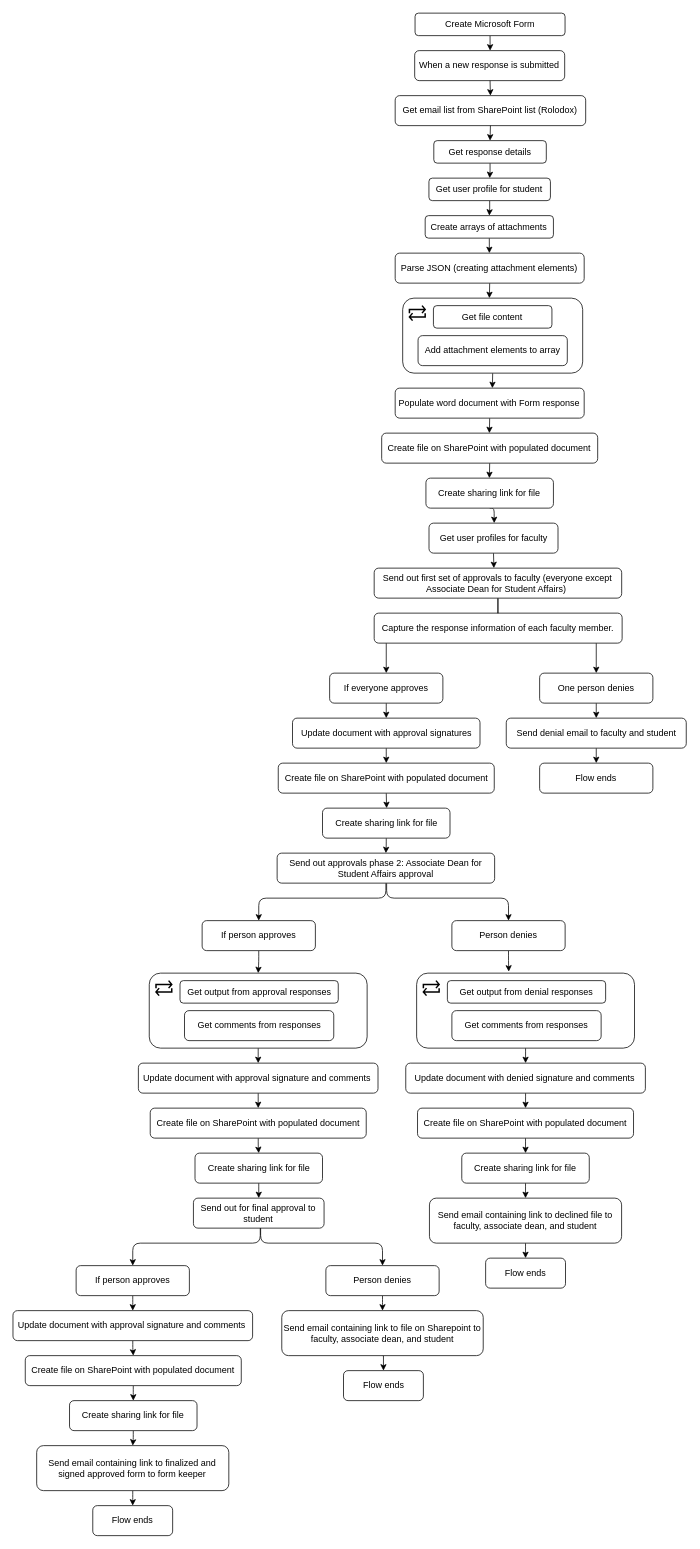
This is Untitled Diagram.drawio from DianaJimenez23/Leave-of-Absence-Request-Form-Automation, a draw.io file, before an edit. Source tidied: cells renumbered, new cells numbered last; positions are measured from the earlier drawing's top-left corner, leaving out a move shared by most shapes. Both pictures are drawn from the tidied source at 75%, with x=0, y=0 at pixel (13, 13).
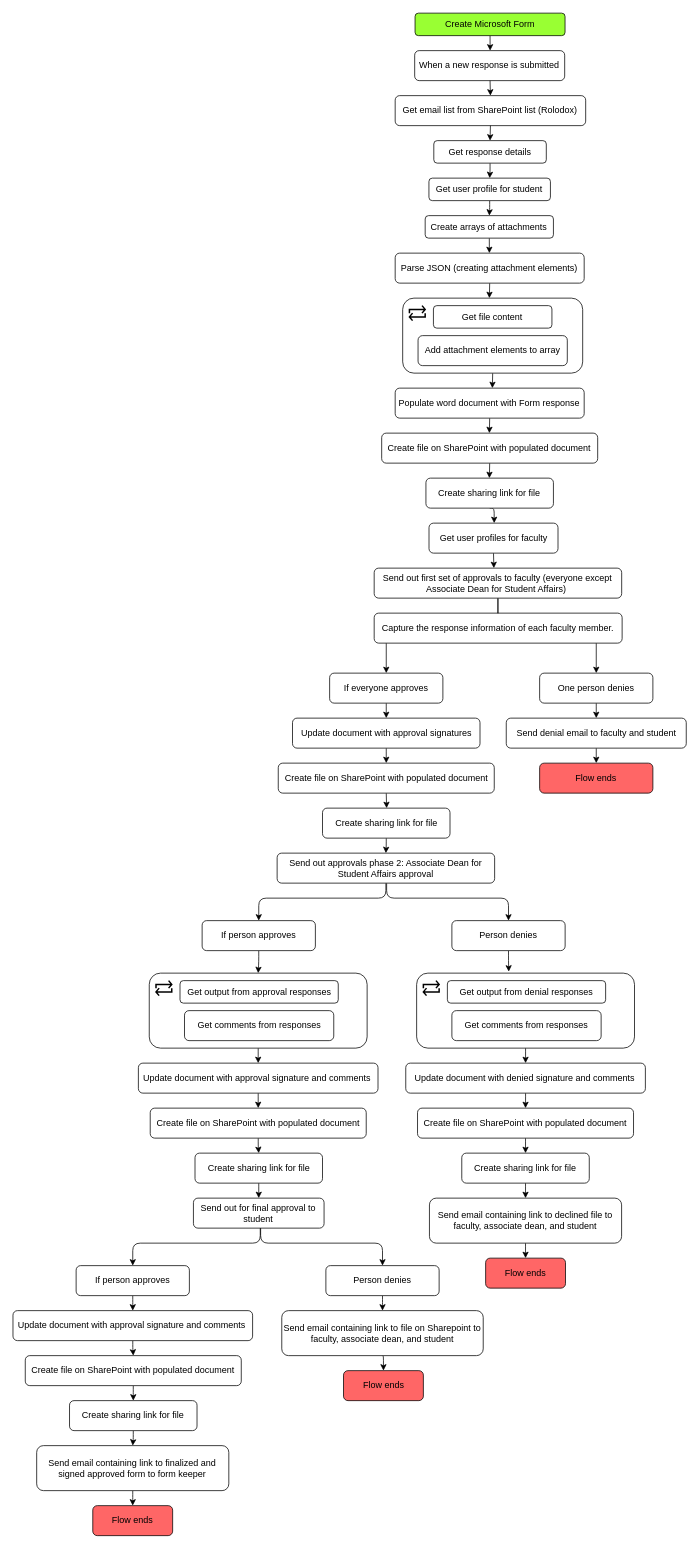
The same diagram, later.

Unchanged cells that the change refers to:
```xml
<mxCell id="5" value="Get response details" style="whiteSpace=wrap;html=1;rounded=1;" parent="1" vertex="1">
  <mxGeometry x="560.9" y="170" width="150" height="30" as="geometry" />
</mxCell>
<mxCell id="9" value="Create arrays of attachments" style="whiteSpace=wrap;html=1;rounded=1;" parent="1" vertex="1">
  <mxGeometry x="549.4" y="270" width="171" height="30" as="geometry" />
</mxCell>
<mxCell id="36" value="Send denial email to faculty and student" style="whiteSpace=wrap;html=1;rounded=1;" parent="1" vertex="1">
  <mxGeometry x="657.5" y="940" width="240" height="40" as="geometry" />
</mxCell>
<mxCell id="96" value="Send email containing link to file on Sharepoint to faculty, associate dean, and student" style="whiteSpace=wrap;html=1;rounded=1;" parent="1" vertex="1">
  <mxGeometry x="358.2" y="1730" width="268.6" height="60" as="geometry" />
</mxCell>
<mxCell id="98" value="Get user profile for student" style="whiteSpace=wrap;html=1;rounded=1;" parent="1" vertex="1">
  <mxGeometry x="554.4" y="220" width="162" height="30" as="geometry" />
</mxCell>
```

The edit, as a diff of the source:
```diff
@@
-    <mxCell id="4" style="edgeStyle=elbowEdgeStyle;rounded=0;jettySize=auto;elbow=vertical;html=1;exitX=0.5;exitY=1;exitDx=0;exitDy=0;entryX=0.5;entryY=0;entryDx=0;entryDy=0;" parent="1" edge="1" source="5" target="98">
+    <mxCell id="4" style="edgeStyle=elbowEdgeStyle;jettySize=auto;elbow=vertical;html=1;exitX=0.5;exitY=1;exitDx=0;exitDy=0;entryX=0.5;entryY=0;entryDx=0;entryDy=0;" parent="1" edge="1" source="5" target="98">
       <mxGeometry relative="1" as="geometry" />
     </mxCell>
@@
-    <mxCell id="11" value="Create Microsoft Form" style="whiteSpace=wrap;html=1;rounded=1;" parent="1" vertex="1">
+    <mxCell id="11" value="Create Microsoft Form" style="whiteSpace=wrap;html=1;rounded=1;fillColor=#99FF33;" parent="1" vertex="1">
       <mxGeometry x="535.9" width="200" height="30" as="geometry" />
     </mxCell>
@@
-    <mxCell id="35" style="edgeStyle=orthogonalEdgeStyle;rounded=0;jettySize=auto;html=1;exitX=0.5;exitY=1;exitDx=0;exitDy=0;entryX=0.5;entryY=0;entryDx=0;entryDy=0;" parent="1" edge="1" source="36" target="100">
+    <mxCell id="35" style="edgeStyle=orthogonalEdgeStyle;jettySize=auto;html=1;exitX=0.5;exitY=1;exitDx=0;exitDy=0;entryX=0.5;entryY=0;entryDx=0;entryDy=0;" parent="1" edge="1" source="36" target="100">
       <mxGeometry relative="1" as="geometry" />
     </mxCell>
@@
-    <mxCell id="77" value="Flow ends" style="whiteSpace=wrap;html=1;rounded=1;" parent="1" vertex="1">
+    <mxCell id="77" value="Flow ends" style="whiteSpace=wrap;html=1;rounded=1;fillColor=#FF6666;" parent="1" vertex="1">
       <mxGeometry x="630" y="1660" width="106.5" height="40" as="geometry" />
     </mxCell>
@@
-    <mxCell id="94" value="Flow ends" style="whiteSpace=wrap;html=1;rounded=1;" parent="1" vertex="1">
+    <mxCell id="94" value="Flow ends" style="whiteSpace=wrap;html=1;rounded=1;fillColor=#FF6666;" parent="1" vertex="1">
       <mxGeometry x="106.2" y="1990" width="106.5" height="40" as="geometry" />
     </mxCell>
-    <mxCell id="95" style="edgeStyle=orthogonalEdgeStyle;rounded=0;jettySize=auto;html=1;exitX=0.5;exitY=1;exitDx=0;exitDy=0;entryX=0.5;entryY=0;entryDx=0;entryDy=0;" parent="1" edge="1" source="96" target="101">
+    <mxCell id="95" style="edgeStyle=orthogonalEdgeStyle;jettySize=auto;html=1;exitX=0.5;exitY=1;exitDx=0;exitDy=0;entryX=0.5;entryY=0;entryDx=0;entryDy=0;" parent="1" edge="1" source="96" target="101">
       <mxGeometry relative="1" as="geometry" />
     </mxCell>
@@
-    <mxCell id="97" style="edgeStyle=elbowEdgeStyle;rounded=0;jettySize=auto;elbow=vertical;html=1;exitX=0.5;exitY=1;exitDx=0;exitDy=0;entryX=0.5;entryY=0;entryDx=0;entryDy=0;" parent="1" edge="1" source="98" target="9">
+    <mxCell id="97" style="edgeStyle=elbowEdgeStyle;jettySize=auto;elbow=vertical;html=1;exitX=0.5;exitY=1;exitDx=0;exitDy=0;entryX=0.5;entryY=0;entryDx=0;entryDy=0;" parent="1" edge="1" source="98" target="9">
       <mxGeometry relative="1" as="geometry" />
     </mxCell>
@@
-    <mxCell id="100" value="Flow ends" style="whiteSpace=wrap;html=1;rounded=1;" parent="1" vertex="1">
+    <mxCell id="100" value="Flow ends" style="whiteSpace=wrap;html=1;rounded=1;fillColor=#FF6666;" parent="1" vertex="1">
       <mxGeometry x="702" y="1000" width="151" height="40" as="geometry" />
     </mxCell>
-    <mxCell id="101" value="Flow ends" style="whiteSpace=wrap;html=1;rounded=1;" parent="1" vertex="1">
+    <mxCell id="101" value="Flow ends" style="whiteSpace=wrap;html=1;rounded=1;fillColor=#FF6666;" parent="1" vertex="1">
       <mxGeometry x="440.5" y="1810" width="106.5" height="40" as="geometry" />
     </mxCell>
```
